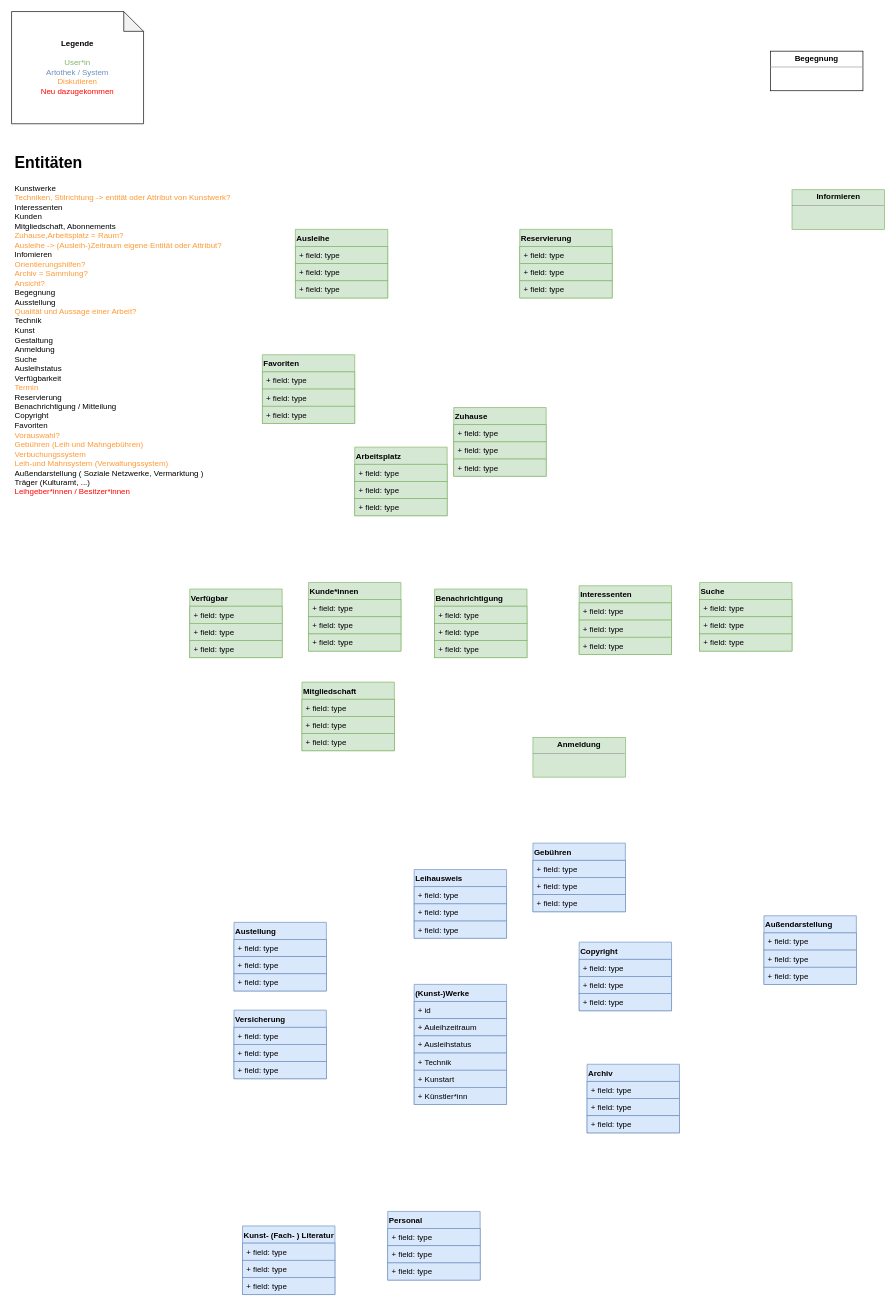
JJJS777/EPWS2122KwintSchiller keeps this draw.io diagram as page "Domänenmodell_v3.0" (1 of 3) of Artefakte/Untitled Diagram.drawio. Above is the earlier version. Source tidied: cells renumbered, new cells numbered last; positions are measured from the earlier drawing's top-left corner, leaving out a move shared by most shapes. Both pictures are drawn from the tidied source at 66%, with x=0, y=0 at pixel (11, 11).
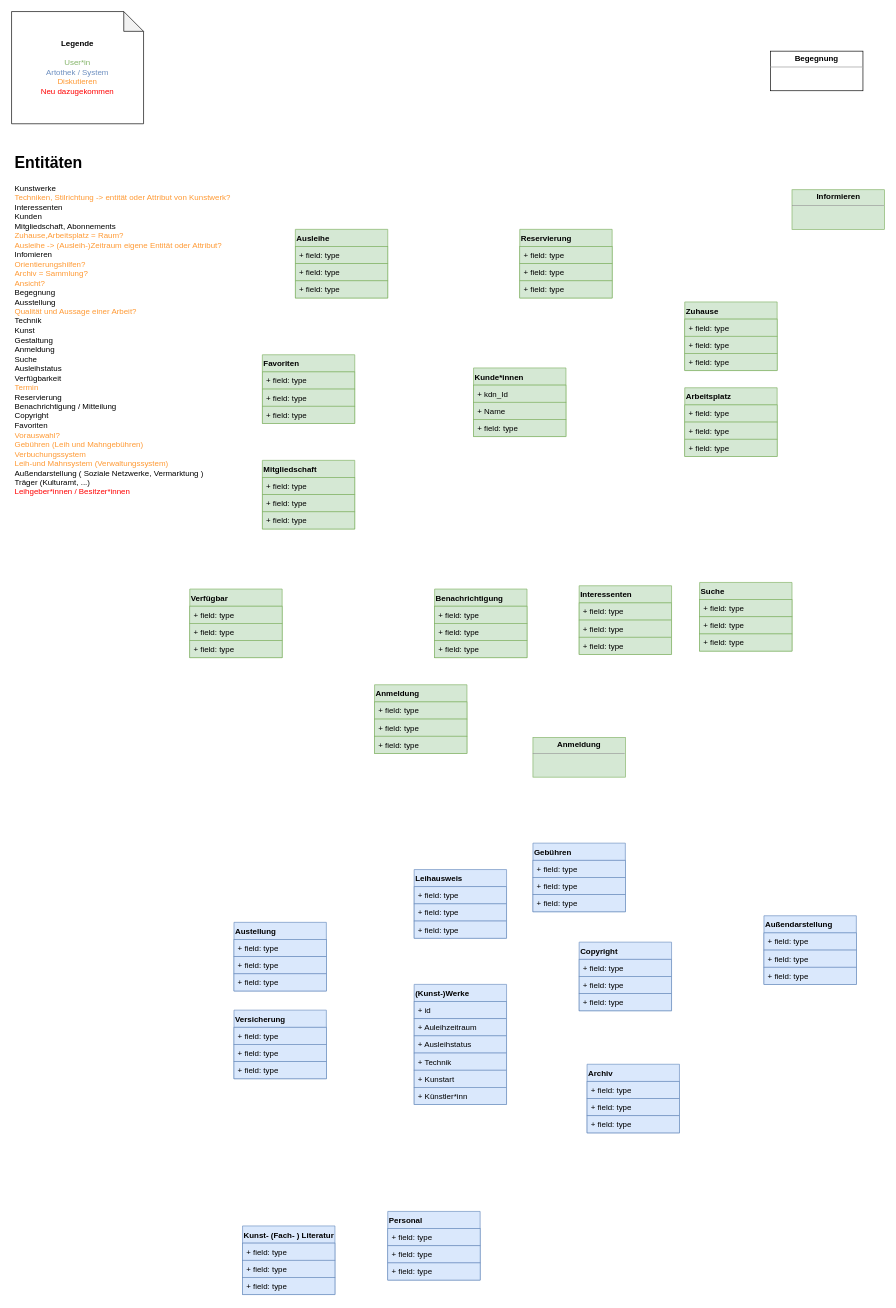
The same diagram, later.

Change to the diagram source:
```diff
@@
     <mxCell id="50" value="Mitgliedschaft" style="swimlane;fontStyle=1;horizontal=1;startSize=26;fillColor=#d5e8d4;fontFamily=Helvetica;fontSize=12;align=left;verticalAlign=top;strokeColor=#82b366;" parent="1" vertex="1">
-      <mxGeometry x="440" y="1016" width="140" height="104" as="geometry" />
+      <mxGeometry x="380" y="680" width="140" height="104" as="geometry" />
     </mxCell>
@@
     <mxCell id="62" value="Kunde*innen" style="swimlane;fontStyle=1;horizontal=1;startSize=26;fillColor=#d5e8d4;fontFamily=Helvetica;fontSize=12;align=left;verticalAlign=top;strokeColor=#82b366;" parent="1" vertex="1">
-      <mxGeometry x="450" y="865" width="140" height="104" as="geometry" />
+      <mxGeometry x="700" y="540" width="140" height="104" as="geometry" />
     </mxCell>
-    <mxCell id="63" value="+ field: type" style="text;strokeColor=#82b366;fillColor=#d5e8d4;align=left;verticalAlign=top;spacingLeft=4;spacingRight=4;overflow=hidden;fontFamily=Helvetica;fontSize=12;" parent="62" vertex="1">
+    <mxCell id="63" value="+ kdn_Id" style="text;strokeColor=#82b366;fillColor=#d5e8d4;align=left;verticalAlign=top;spacingLeft=4;spacingRight=4;overflow=hidden;fontFamily=Helvetica;fontSize=12;" parent="62" vertex="1">
       <mxGeometry y="26" width="140" height="26" as="geometry" />
     </mxCell>
-    <mxCell id="64" value="+ field: type" style="text;strokeColor=#82b366;fillColor=#d5e8d4;align=left;verticalAlign=top;spacingLeft=4;spacingRight=4;overflow=hidden;fontFamily=Helvetica;fontSize=12;" parent="62" vertex="1">
+    <mxCell id="64" value="+ Name" style="text;strokeColor=#82b366;fillColor=#d5e8d4;align=left;verticalAlign=top;spacingLeft=4;spacingRight=4;overflow=hidden;fontFamily=Helvetica;fontSize=12;" parent="62" vertex="1">
       <mxGeometry y="52" width="140" height="26" as="geometry" />
     </mxCell>
@@
     <mxCell id="78" value="Arbeitsplatz" style="swimlane;fontStyle=1;horizontal=1;startSize=26;fillColor=#d5e8d4;fontFamily=Helvetica;fontSize=12;align=left;verticalAlign=top;strokeColor=#82b366;" parent="1" vertex="1">
-      <mxGeometry x="520" y="660" width="140" height="104" as="geometry" />
+      <mxGeometry x="1020" y="570" width="140" height="104" as="geometry" />
     </mxCell>
@@
     <mxCell id="82" value="Zuhause" style="swimlane;fontStyle=1;horizontal=1;startSize=26;fillColor=#d5e8d4;fontFamily=Helvetica;fontSize=12;align=left;verticalAlign=top;strokeColor=#82b366;" parent="1" vertex="1">
-      <mxGeometry x="670" y="600" width="140" height="104" as="geometry" />
+      <mxGeometry x="1020" y="440" width="140" height="104" as="geometry" />
     </mxCell>
@@
+    <mxCell id="94" value="Anmeldung" style="swimlane;fontStyle=1;horizontal=1;startSize=26;fillColor=#d5e8d4;fontFamily=Helvetica;fontSize=12;align=left;verticalAlign=top;strokeColor=#82b366;" parent="1" vertex="1">
+      <mxGeometry x="550" y="1020" width="140" height="104" as="geometry" />
+    </mxCell>
+    <mxCell id="95" value="+ field: type" style="text;strokeColor=#82b366;fillColor=#d5e8d4;align=left;verticalAlign=top;spacingLeft=4;spacingRight=4;overflow=hidden;fontFamily=Helvetica;fontSize=12;" parent="94" vertex="1">
+      <mxGeometry y="26" width="140" height="26" as="geometry" />
+    </mxCell>
+    <mxCell id="96" value="+ field: type" style="text;strokeColor=#82b366;fillColor=#d5e8d4;align=left;verticalAlign=top;spacingLeft=4;spacingRight=4;overflow=hidden;fontFamily=Helvetica;fontSize=12;" parent="94" vertex="1">
+      <mxGeometry y="52" width="140" height="26" as="geometry" />
+    </mxCell>
+    <mxCell id="97" value="+ field: type" style="text;strokeColor=#82b366;fillColor=#d5e8d4;align=left;verticalAlign=top;spacingLeft=4;spacingRight=4;overflow=hidden;fontFamily=Helvetica;fontSize=12;" parent="94" vertex="1">
+      <mxGeometry y="78" width="140" height="26" as="geometry" />
+    </mxCell>
```
